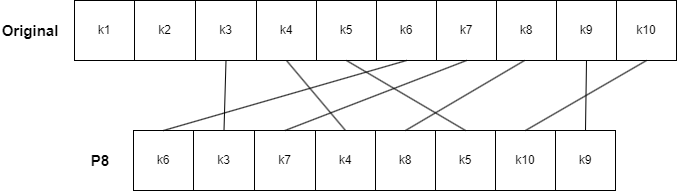
Earlier version of the draw.io export public/img/simpleDesPage/P8.png (hejzlzd1/EducrypterUHK). Source tidied: cells renumbered, new cells last; positions are measured from the earlier drawing's top-left corner, leaving out a move shared by most shapes. The source it was exported from:
```xml
<mxGraphModel>
  <root>
    <mxCell id="0" />
    <mxCell id="1" parent="0" />
    <mxCell id="2" style="swimlane;startSize=0;" parent="1" vertex="1">
      <mxGeometry x="74" width="600" height="60" as="geometry" />
    </mxCell>
    <mxCell id="3" value="k1" style="rounded=0;whiteSpace=wrap;html=1;" parent="2" vertex="1">
      <mxGeometry width="60" height="60" as="geometry" />
    </mxCell>
    <mxCell id="4" value="k2" style="rounded=0;whiteSpace=wrap;html=1;" parent="2" vertex="1">
      <mxGeometry x="60" width="61" height="60" as="geometry" />
    </mxCell>
    <mxCell id="5" value="k3" style="rounded=0;whiteSpace=wrap;html=1;" parent="2" vertex="1">
      <mxGeometry x="121" width="61" height="60" as="geometry" />
    </mxCell>
    <mxCell id="6" value="k4" style="rounded=0;whiteSpace=wrap;html=1;" parent="2" vertex="1">
      <mxGeometry x="182" width="60" height="60" as="geometry" />
    </mxCell>
    <mxCell id="7" value="k5" style="rounded=0;whiteSpace=wrap;html=1;" parent="2" vertex="1">
      <mxGeometry x="242" width="60" height="60" as="geometry" />
    </mxCell>
    <mxCell id="8" value="k6" style="rounded=0;whiteSpace=wrap;html=1;" parent="2" vertex="1">
      <mxGeometry x="302" width="60" height="60" as="geometry" />
    </mxCell>
    <mxCell id="9" value="k7" style="rounded=0;whiteSpace=wrap;html=1;" parent="2" vertex="1">
      <mxGeometry x="362" width="60" height="60" as="geometry" />
    </mxCell>
    <mxCell id="10" value="k8" style="rounded=0;whiteSpace=wrap;html=1;" parent="2" vertex="1">
      <mxGeometry x="422" width="60" height="60" as="geometry" />
    </mxCell>
    <mxCell id="11" value="k9" style="rounded=0;whiteSpace=wrap;html=1;" parent="2" vertex="1">
      <mxGeometry x="482" width="60" height="60" as="geometry" />
    </mxCell>
    <mxCell id="12" value="k10&lt;br&gt;" style="rounded=0;whiteSpace=wrap;html=1;" parent="2" vertex="1">
      <mxGeometry x="542" width="60" height="60" as="geometry" />
    </mxCell>
    <mxCell id="13" style="swimlane;startSize=0;" parent="1" vertex="1">
      <mxGeometry x="133" y="130" width="481" height="60" as="geometry" />
    </mxCell>
    <mxCell id="14" value="k6" style="rounded=0;whiteSpace=wrap;html=1;" parent="13" vertex="1">
      <mxGeometry width="60" height="60" as="geometry" />
    </mxCell>
    <mxCell id="15" value="k3" style="rounded=0;whiteSpace=wrap;html=1;" parent="13" vertex="1">
      <mxGeometry x="60" width="61" height="60" as="geometry" />
    </mxCell>
    <mxCell id="16" value="k7" style="rounded=0;whiteSpace=wrap;html=1;" parent="13" vertex="1">
      <mxGeometry x="121" width="61" height="60" as="geometry" />
    </mxCell>
    <mxCell id="17" value="k4" style="rounded=0;whiteSpace=wrap;html=1;" parent="13" vertex="1">
      <mxGeometry x="182" width="60" height="60" as="geometry" />
    </mxCell>
    <mxCell id="18" value="k8" style="rounded=0;whiteSpace=wrap;html=1;" parent="13" vertex="1">
      <mxGeometry x="242" width="60" height="60" as="geometry" />
    </mxCell>
    <mxCell id="19" value="k5" style="rounded=0;whiteSpace=wrap;html=1;" parent="13" vertex="1">
      <mxGeometry x="302" width="60" height="60" as="geometry" />
    </mxCell>
    <mxCell id="20" value="k10" style="rounded=0;whiteSpace=wrap;html=1;" parent="13" vertex="1">
      <mxGeometry x="362" width="60" height="60" as="geometry" />
    </mxCell>
    <mxCell id="21" value="k9" style="rounded=0;whiteSpace=wrap;html=1;" parent="13" vertex="1">
      <mxGeometry x="422" width="60" height="60" as="geometry" />
    </mxCell>
    <mxCell id="22" value="&lt;font style=&quot;font-size: 15px;&quot;&gt;&lt;b&gt;P8&lt;/b&gt;&lt;/font&gt;" style="text;html=1;strokeColor=none;fillColor=none;align=center;verticalAlign=middle;whiteSpace=wrap;rounded=0;" parent="1" vertex="1">
      <mxGeometry x="70" y="145" width="60" height="30" as="geometry" />
    </mxCell>
    <mxCell id="23" value="&lt;font style=&quot;font-size: 15px;&quot;&gt;&lt;b&gt;Original&lt;/b&gt;&lt;/font&gt;" style="text;html=1;strokeColor=none;fillColor=none;align=center;verticalAlign=middle;whiteSpace=wrap;rounded=0;" parent="1" vertex="1">
      <mxGeometry y="15" width="60" height="30" as="geometry" />
    </mxCell>
    <mxCell id="24" style="rounded=0;jettySize=auto;html=1;exitX=0.5;exitY=1;exitDx=0;exitDy=0;entryX=0.5;entryY=0;entryDx=0;entryDy=0;endArrow=none;endFill=0;startArrow=none;startFill=0;" parent="1" edge="1" source="8" target="14">
      <mxGeometry relative="1" as="geometry" />
    </mxCell>
    <mxCell id="25" style="rounded=0;jettySize=auto;html=1;exitX=0.5;exitY=0;exitDx=0;exitDy=0;entryX=0.5;entryY=1;entryDx=0;entryDy=0;endArrow=none;endFill=0;startArrow=none;startFill=0;" parent="1" edge="1" source="15" target="5">
      <mxGeometry relative="1" as="geometry" />
    </mxCell>
    <mxCell id="26" style="rounded=0;jettySize=auto;html=1;exitX=0.5;exitY=0;exitDx=0;exitDy=0;entryX=0.5;entryY=1;entryDx=0;entryDy=0;endArrow=none;endFill=0;startArrow=none;startFill=0;" parent="1" edge="1" source="16" target="9">
      <mxGeometry relative="1" as="geometry" />
    </mxCell>
    <mxCell id="27" style="rounded=0;jettySize=auto;html=1;exitX=0.5;exitY=0;exitDx=0;exitDy=0;entryX=0.5;entryY=1;entryDx=0;entryDy=0;endArrow=none;endFill=0;startArrow=none;startFill=0;" parent="1" edge="1" source="17" target="6">
      <mxGeometry relative="1" as="geometry" />
    </mxCell>
    <mxCell id="28" style="rounded=0;jettySize=auto;html=1;exitX=0.5;exitY=0;exitDx=0;exitDy=0;entryX=0.75;entryY=1;entryDx=0;entryDy=0;endArrow=none;endFill=0;startArrow=none;startFill=0;" parent="1" edge="1" source="18" target="2">
      <mxGeometry relative="1" as="geometry" />
    </mxCell>
    <mxCell id="29" style="rounded=0;jettySize=auto;html=1;exitX=0.5;exitY=0;exitDx=0;exitDy=0;entryX=0.5;entryY=1;entryDx=0;entryDy=0;endArrow=none;endFill=0;startArrow=none;startFill=0;" parent="1" edge="1" source="19" target="7">
      <mxGeometry relative="1" as="geometry" />
    </mxCell>
    <mxCell id="30" style="rounded=0;jettySize=auto;html=1;exitX=0.5;exitY=0;exitDx=0;exitDy=0;entryX=0.5;entryY=1;entryDx=0;entryDy=0;endArrow=none;endFill=0;startArrow=none;startFill=0;" parent="1" edge="1" source="20" target="12">
      <mxGeometry relative="1" as="geometry" />
    </mxCell>
    <mxCell id="31" style="rounded=0;jettySize=auto;html=1;exitX=0.5;exitY=0;exitDx=0;exitDy=0;entryX=0.5;entryY=1;entryDx=0;entryDy=0;endArrow=none;endFill=0;startArrow=none;startFill=0;" parent="1" edge="1" source="21" target="11">
      <mxGeometry relative="1" as="geometry" />
    </mxCell>
  </root>
</mxGraphModel>
```
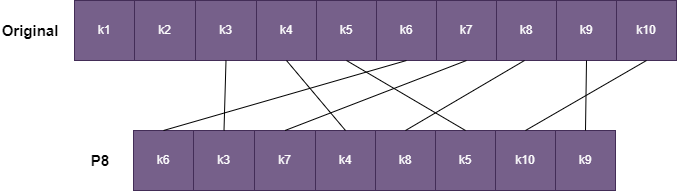
The same diagram one commit later.

The edit, as a diff of the source:
```diff
@@ -5,61 +5,61 @@
     <mxCell id="2" style="swimlane;startSize=0;" parent="1" vertex="1">
       <mxGeometry x="74" width="600" height="60" as="geometry" />
     </mxCell>
-    <mxCell id="3" value="k1" style="rounded=0;whiteSpace=wrap;html=1;" parent="2" vertex="1">
+    <mxCell id="3" value="k1" style="rounded=0;whiteSpace=wrap;html=1;fillColor=#76608a;fontColor=#ffffff;strokeColor=#432D57;" parent="2" vertex="1">
       <mxGeometry width="60" height="60" as="geometry" />
     </mxCell>
-    <mxCell id="4" value="k2" style="rounded=0;whiteSpace=wrap;html=1;" parent="2" vertex="1">
+    <mxCell id="4" value="k2" style="rounded=0;whiteSpace=wrap;html=1;fillColor=#76608a;fontColor=#ffffff;strokeColor=#432D57;" parent="2" vertex="1">
       <mxGeometry x="60" width="61" height="60" as="geometry" />
     </mxCell>
-    <mxCell id="5" value="k3" style="rounded=0;whiteSpace=wrap;html=1;" parent="2" vertex="1">
+    <mxCell id="5" value="k3" style="rounded=0;whiteSpace=wrap;html=1;fillColor=#76608a;fontColor=#ffffff;strokeColor=#432D57;" parent="2" vertex="1">
       <mxGeometry x="121" width="61" height="60" as="geometry" />
     </mxCell>
-    <mxCell id="6" value="k4" style="rounded=0;whiteSpace=wrap;html=1;" parent="2" vertex="1">
+    <mxCell id="6" value="k4" style="rounded=0;whiteSpace=wrap;html=1;fillColor=#76608a;fontColor=#ffffff;strokeColor=#432D57;" parent="2" vertex="1">
       <mxGeometry x="182" width="60" height="60" as="geometry" />
     </mxCell>
-    <mxCell id="7" value="k5" style="rounded=0;whiteSpace=wrap;html=1;" parent="2" vertex="1">
+    <mxCell id="7" value="k5" style="rounded=0;whiteSpace=wrap;html=1;fillColor=#76608a;fontColor=#ffffff;strokeColor=#432D57;" parent="2" vertex="1">
       <mxGeometry x="242" width="60" height="60" as="geometry" />
     </mxCell>
-    <mxCell id="8" value="k6" style="rounded=0;whiteSpace=wrap;html=1;" parent="2" vertex="1">
+    <mxCell id="8" value="k6" style="rounded=0;whiteSpace=wrap;html=1;fillColor=#76608a;fontColor=#ffffff;strokeColor=#432D57;" parent="2" vertex="1">
       <mxGeometry x="302" width="60" height="60" as="geometry" />
     </mxCell>
-    <mxCell id="9" value="k7" style="rounded=0;whiteSpace=wrap;html=1;" parent="2" vertex="1">
+    <mxCell id="9" value="k7" style="rounded=0;whiteSpace=wrap;html=1;fillColor=#76608a;fontColor=#ffffff;strokeColor=#432D57;" parent="2" vertex="1">
       <mxGeometry x="362" width="60" height="60" as="geometry" />
     </mxCell>
-    <mxCell id="10" value="k8" style="rounded=0;whiteSpace=wrap;html=1;" parent="2" vertex="1">
+    <mxCell id="10" value="k8" style="rounded=0;whiteSpace=wrap;html=1;fillColor=#76608a;fontColor=#ffffff;strokeColor=#432D57;" parent="2" vertex="1">
       <mxGeometry x="422" width="60" height="60" as="geometry" />
     </mxCell>
-    <mxCell id="11" value="k9" style="rounded=0;whiteSpace=wrap;html=1;" parent="2" vertex="1">
+    <mxCell id="11" value="k9" style="rounded=0;whiteSpace=wrap;html=1;fillColor=#76608a;fontColor=#ffffff;strokeColor=#432D57;" parent="2" vertex="1">
       <mxGeometry x="482" width="60" height="60" as="geometry" />
     </mxCell>
-    <mxCell id="12" value="k10&lt;br&gt;" style="rounded=0;whiteSpace=wrap;html=1;" parent="2" vertex="1">
+    <mxCell id="12" value="k10&lt;br&gt;" style="rounded=0;whiteSpace=wrap;html=1;fillColor=#76608a;fontColor=#ffffff;strokeColor=#432D57;" parent="2" vertex="1">
       <mxGeometry x="542" width="60" height="60" as="geometry" />
     </mxCell>
     <mxCell id="13" style="swimlane;startSize=0;" parent="1" vertex="1">
       <mxGeometry x="133" y="130" width="481" height="60" as="geometry" />
     </mxCell>
-    <mxCell id="14" value="k6" style="rounded=0;whiteSpace=wrap;html=1;" parent="13" vertex="1">
+    <mxCell id="14" value="k6" style="rounded=0;whiteSpace=wrap;html=1;fillColor=#76608a;fontColor=#ffffff;strokeColor=#432D57;" parent="13" vertex="1">
       <mxGeometry width="60" height="60" as="geometry" />
     </mxCell>
-    <mxCell id="15" value="k3" style="rounded=0;whiteSpace=wrap;html=1;" parent="13" vertex="1">
+    <mxCell id="15" value="k3" style="rounded=0;whiteSpace=wrap;html=1;fillColor=#76608a;fontColor=#ffffff;strokeColor=#432D57;" parent="13" vertex="1">
       <mxGeometry x="60" width="61" height="60" as="geometry" />
     </mxCell>
-    <mxCell id="16" value="k7" style="rounded=0;whiteSpace=wrap;html=1;" parent="13" vertex="1">
+    <mxCell id="16" value="k7" style="rounded=0;whiteSpace=wrap;html=1;fillColor=#76608a;fontColor=#ffffff;strokeColor=#432D57;" parent="13" vertex="1">
       <mxGeometry x="121" width="61" height="60" as="geometry" />
     </mxCell>
-    <mxCell id="17" value="k4" style="rounded=0;whiteSpace=wrap;html=1;" parent="13" vertex="1">
+    <mxCell id="17" value="k4" style="rounded=0;whiteSpace=wrap;html=1;fillColor=#76608a;fontColor=#ffffff;strokeColor=#432D57;" parent="13" vertex="1">
       <mxGeometry x="182" width="60" height="60" as="geometry" />
     </mxCell>
-    <mxCell id="18" value="k8" style="rounded=0;whiteSpace=wrap;html=1;" parent="13" vertex="1">
+    <mxCell id="18" value="k8" style="rounded=0;whiteSpace=wrap;html=1;fillColor=#76608a;fontColor=#ffffff;strokeColor=#432D57;" parent="13" vertex="1">
       <mxGeometry x="242" width="60" height="60" as="geometry" />
     </mxCell>
-    <mxCell id="19" value="k5" style="rounded=0;whiteSpace=wrap;html=1;" parent="13" vertex="1">
+    <mxCell id="19" value="k5" style="rounded=0;whiteSpace=wrap;html=1;fillColor=#76608a;fontColor=#ffffff;strokeColor=#432D57;" parent="13" vertex="1">
       <mxGeometry x="302" width="60" height="60" as="geometry" />
     </mxCell>
-    <mxCell id="20" value="k10" style="rounded=0;whiteSpace=wrap;html=1;" parent="13" vertex="1">
+    <mxCell id="20" value="k10" style="rounded=0;whiteSpace=wrap;html=1;fillColor=#76608a;fontColor=#ffffff;strokeColor=#432D57;" parent="13" vertex="1">
       <mxGeometry x="362" width="60" height="60" as="geometry" />
     </mxCell>
-    <mxCell id="21" value="k9" style="rounded=0;whiteSpace=wrap;html=1;" parent="13" vertex="1">
+    <mxCell id="21" value="k9" style="rounded=0;whiteSpace=wrap;html=1;fillColor=#76608a;fontColor=#ffffff;strokeColor=#432D57;" parent="13" vertex="1">
       <mxGeometry x="422" width="60" height="60" as="geometry" />
     </mxCell>
     <mxCell id="22" value="&lt;font style=&quot;font-size: 15px;&quot;&gt;&lt;b&gt;P8&lt;/b&gt;&lt;/font&gt;" style="text;html=1;strokeColor=none;fillColor=none;align=center;verticalAlign=middle;whiteSpace=wrap;rounded=0;" parent="1" vertex="1">
```
